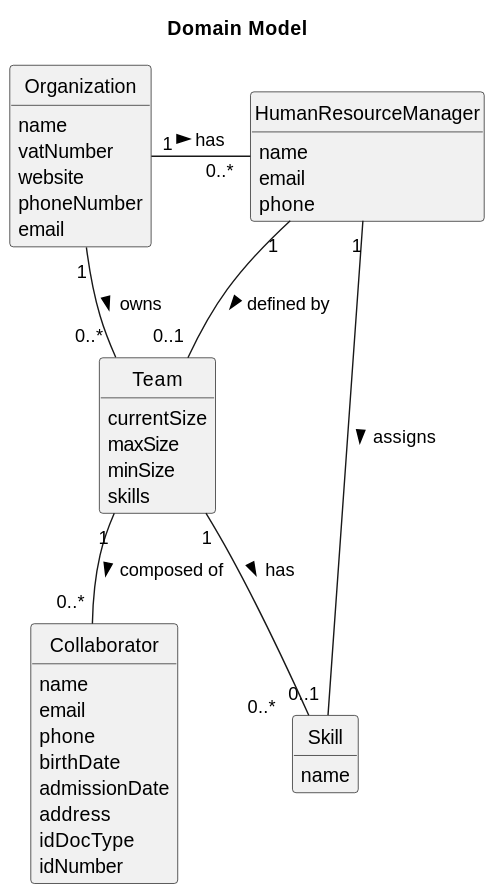
Before: docs/sprintA/us005/02.analysis/svg/us05-domain-model.svg, a diagram exported from PlantUML (yusufyilmaz00/Integral-Project-ISEP).
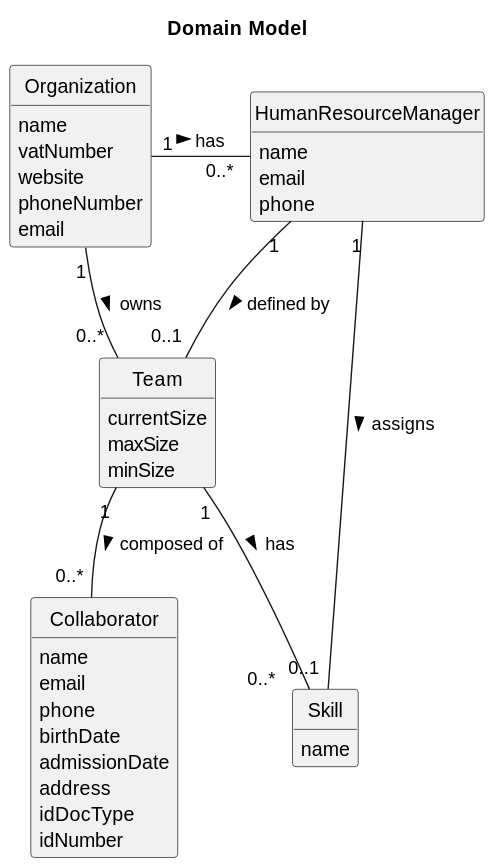
Later version of the same file.

Diff of the diagram source:
```diff
@@ -23,7 +23,6 @@
     currentSize
     maxSize
     minSize
-    skills
 }
 
 class Skill{
```
